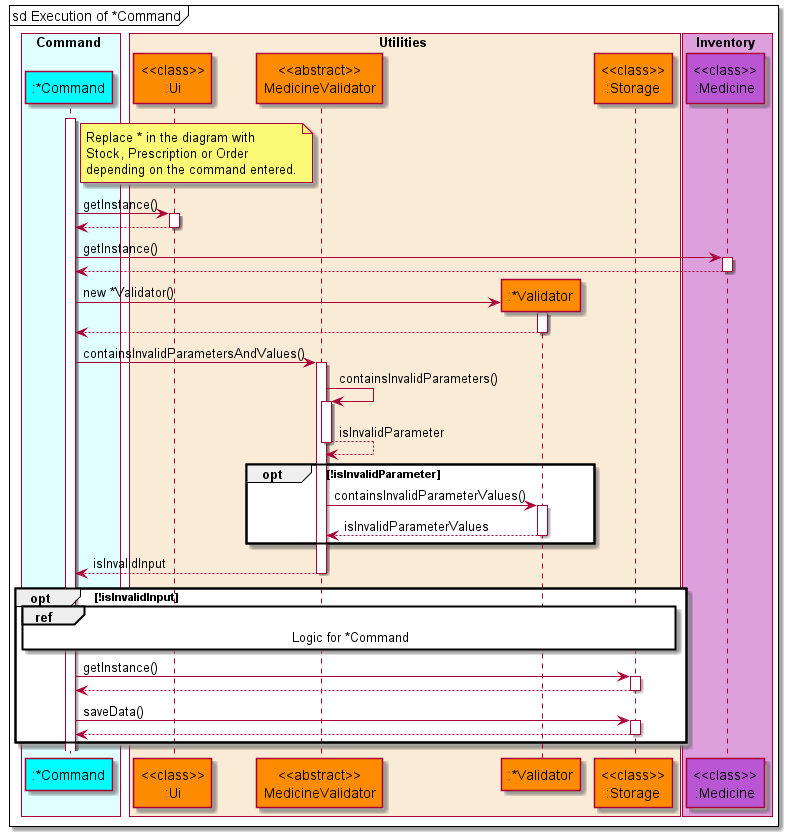
nus-cs2113-AY2122S1/tp keeps this PlantUML diagram as docs/diagrams/diagram_images/ContainValidParametersAndValuesSequenceDiagram.png. Above is the earlier version.
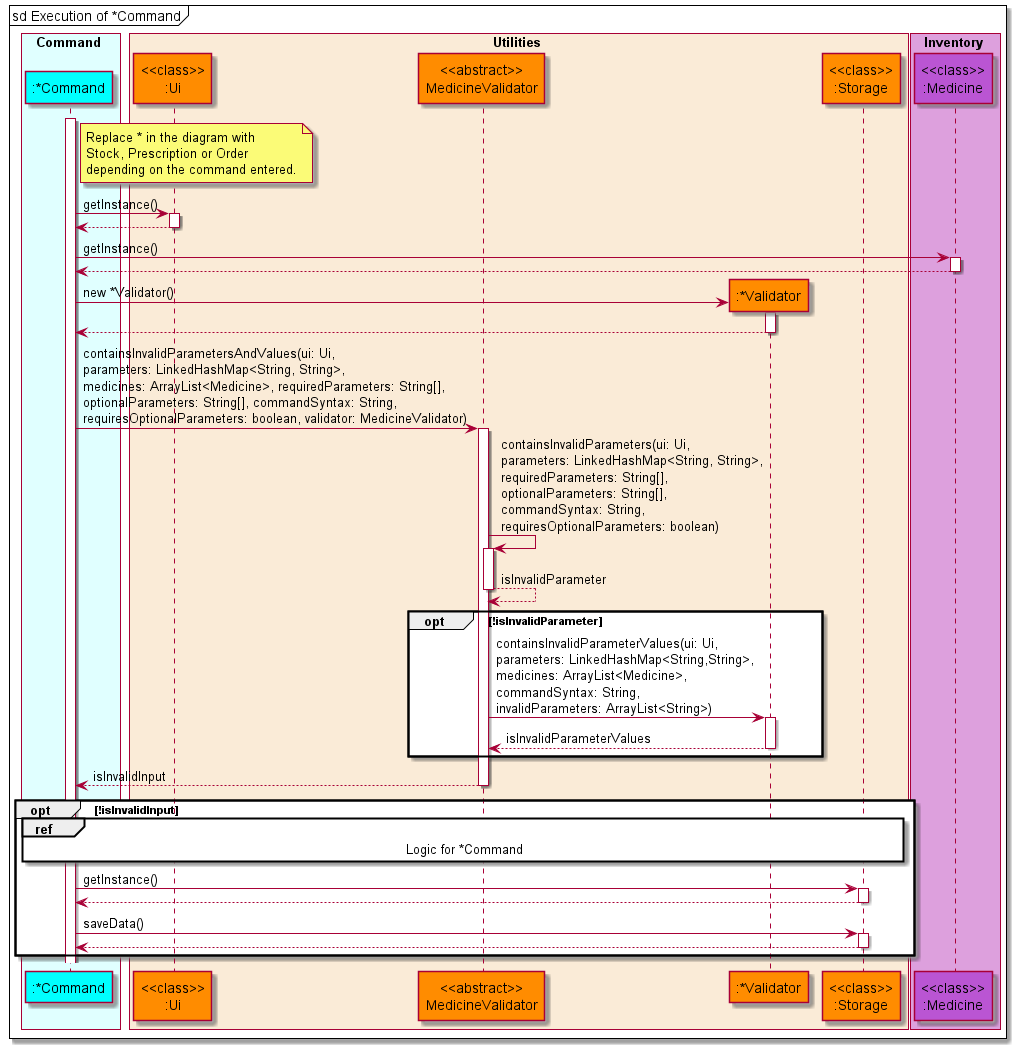
Above is the later version.

Commit message:
Modify paramters checker SD

The edit, as a diff of the source:
```diff
@@ -32,11 +32,11 @@
     create xvalidator
     command -> xvalidator: new *Validator()
     command <-- xvalidator
-    command -> medicinevalidator: containsInvalidParametersAndValues()
-        medicinevalidator -> medicinevalidator: containsInvalidParameters()
+    command -> medicinevalidator: containsInvalidParametersAndValues(ui: Ui,\nparameters: LinkedHashMap<String, String>,\nmedicines: ArrayList<Medicine>, requiredParameters: String[],\noptionalParameters: String[], commandSyntax: String,\nrequiresOptionalParameters: boolean, validator: MedicineValidator)
+        medicinevalidator -> medicinevalidator: containsInvalidParameters(ui: Ui,\nparameters: LinkedHashMap<String, String>,\nrequiredParameters: String[],\noptionalParameters: String[],\ncommandSyntax: String,\nrequiresOptionalParameters: boolean)
         medicinevalidator --> medicinevalidator: isInvalidParameter
         opt !isInvalidParameter
-            medicinevalidator -> xvalidator: containsInvalidParameterValues()
+            medicinevalidator -> xvalidator: containsInvalidParameterValues(ui: Ui,\nparameters: LinkedHashMap<String,String>,\nmedicines: ArrayList<Medicine>,\ncommandSyntax: String,\ninvalidParameters: ArrayList<String>)
             medicinevalidator <-- xvalidator: isInvalidParameterValues
         end
         command <-- medicinevalidator: isInvalidInput
```
